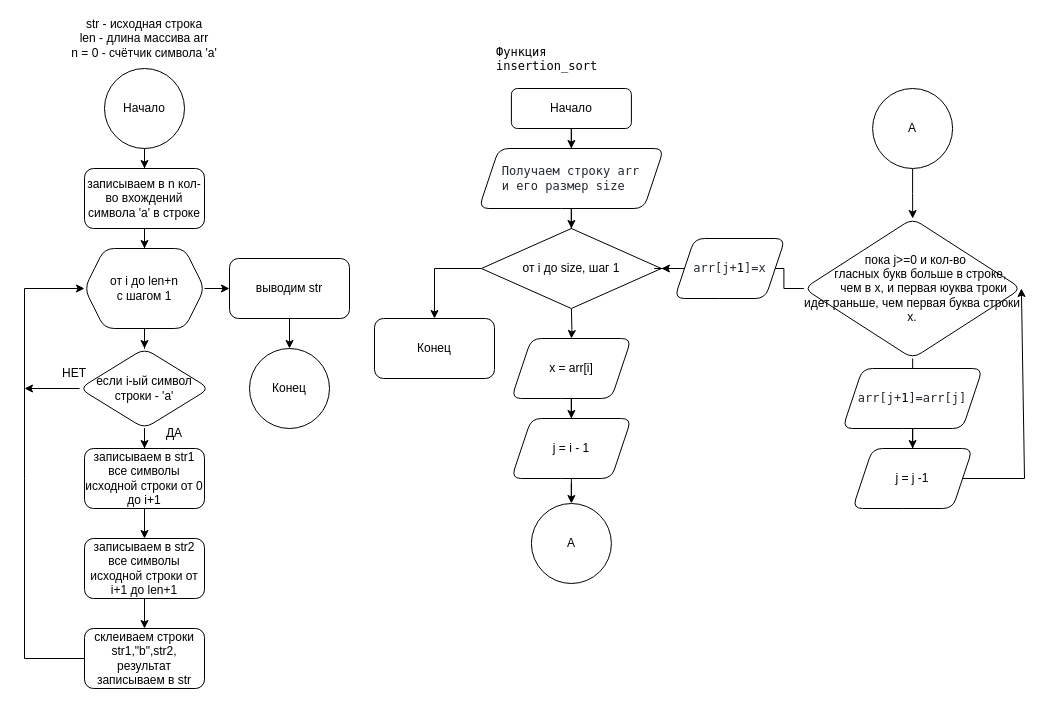
Before: basics_of_programming_and_algorithmization/lab_4/task_4.drawio in async-master/nsm-avtf, a draw.io diagram. Source tidied: cells renumbered, new cells numbered last; positions are measured from the earlier drawing's top-left corner, leaving out a move shared by most shapes. Both pictures are drawn from the tidied source at 100%, with x=0, y=0 at pixel (24, 18).
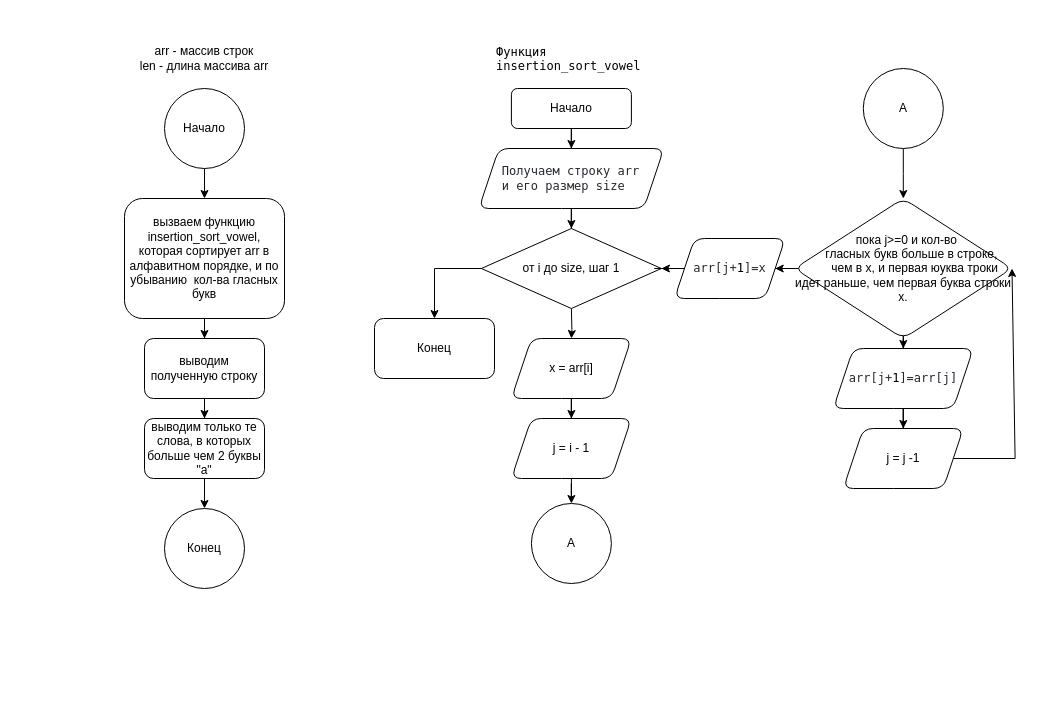
The same page after the edit.

Diff of the diagram source:
```diff
@@
-    <mxCell id="2" value="str - исходная строка&lt;br&gt;len - длина массива arr&lt;br&gt;n = 0 - счётчик символа 'a'" style="text;html=1;strokeColor=none;fillColor=none;align=center;verticalAlign=middle;whiteSpace=wrap;rounded=0;" parent="1" vertex="1">
-      <mxGeometry x="35" width="170" height="40" as="geometry" />
+    <mxCell id="2" value="arr - массив строк&lt;br&gt;len - длина массива arr" style="text;html=1;strokeColor=none;fillColor=none;align=center;verticalAlign=middle;whiteSpace=wrap;rounded=0;" parent="1" vertex="1">
+      <mxGeometry x="95" y="20" width="170" height="40" as="geometry" />
     </mxCell>
@@
     <mxCell id="4" value="Начало" style="ellipse;whiteSpace=wrap;html=1;" parent="1" vertex="1">
-      <mxGeometry x="80" y="50" width="80" height="80" as="geometry" />
+      <mxGeometry x="140" y="70" width="80" height="80" as="geometry" />
     </mxCell>
-    <mxCell id="5" style="edgeStyle=orthogonalEdgeStyle;rounded=0;jettySize=auto;html=1;" parent="1" edge="1" source="6" target="9">
-      <mxGeometry relative="1" as="geometry" />
-    </mxCell>
+    <mxCell id="49" style="edgeStyle=orthogonalEdgeStyle;rounded=0;jettySize=auto;html=1;" parent="1" edge="1" source="6" target="51">
+      <mxGeometry relative="1" as="geometry" />
+    </mxCell>
-    <mxCell id="6" value="записываем в n кол-во вхождений символа 'a' в строке" style="rounded=1;whiteSpace=wrap;html=1;" parent="1" vertex="1">
-      <mxGeometry x="60" y="150" width="120" height="60" as="geometry" />
+    <mxCell id="6" value="вызваем функцию insertion_sort_vowel, которая сортирует arr в алфавитном порядке,  &lt;font style=&quot;font-size: 12px;&quot;&gt;и по убыванию&amp;nbsp; кол-ва гласных букв&lt;br role=&quot;presentation&quot;&gt;&lt;/font&gt;" style="rounded=1;whiteSpace=wrap;html=1;" parent="1" vertex="1">
+      <mxGeometry x="100" y="180" width="160" height="120" as="geometry" />
     </mxCell>
-    <mxCell id="7" style="edgeStyle=orthogonalEdgeStyle;rounded=0;jettySize=auto;html=1;" parent="1" edge="1" source="9" target="11">
-      <mxGeometry relative="1" as="geometry" />
-    </mxCell>
-    <mxCell id="8" style="edgeStyle=orthogonalEdgeStyle;rounded=0;jettySize=auto;html=1;" parent="1" edge="1" source="9" target="20">
-      <mxGeometry relative="1" as="geometry" />
-    </mxCell>
-    <mxCell id="9" value="от i до len+n&lt;br&gt;с шагом 1" style="shape=hexagon;perimeter=hexagonPerimeter2;whiteSpace=wrap;html=1;fixedSize=1;rounded=1;" parent="1" vertex="1">
-      <mxGeometry x="60" y="230" width="120" height="80" as="geometry" />
-    </mxCell>
-    <mxCell id="10" style="edgeStyle=orthogonalEdgeStyle;rounded=0;jettySize=auto;html=1;" parent="1" edge="1" source="11" target="13">
-      <mxGeometry relative="1" as="geometry" />
-    </mxCell>
-    <mxCell id="11" value="если i-ый символ строки - 'a'" style="rhombus;whiteSpace=wrap;html=1;rounded=1;" parent="1" vertex="1">
-      <mxGeometry x="55" y="330" width="130" height="80" as="geometry" />
-    </mxCell>
-    <mxCell id="12" style="edgeStyle=orthogonalEdgeStyle;rounded=0;jettySize=auto;html=1;" parent="1" edge="1" source="13" target="15">
-      <mxGeometry relative="1" as="geometry" />
-    </mxCell>
-    <mxCell id="13" value="записываем в str1 все символы исходной строки от 0 до i+1" style="whiteSpace=wrap;html=1;rounded=1;" parent="1" vertex="1">
-      <mxGeometry x="60" y="430" width="120" height="60" as="geometry" />
-    </mxCell>
-    <mxCell id="14" style="edgeStyle=orthogonalEdgeStyle;rounded=0;jettySize=auto;html=1;" parent="1" edge="1" source="15" target="16">
-      <mxGeometry relative="1" as="geometry" />
-    </mxCell>
-    <mxCell id="15" value="записываем в str2 все символы исходной строки от i+1 до len+1" style="whiteSpace=wrap;html=1;rounded=1;" parent="1" vertex="1">
-      <mxGeometry x="60" y="520" width="120" height="60" as="geometry" />
-    </mxCell>
-    <mxCell id="16" value="склеиваем строки str1,&quot;b&quot;,str2, результат записываем в str" style="whiteSpace=wrap;html=1;rounded=1;" parent="1" vertex="1">
-      <mxGeometry x="60" y="610" width="120" height="60" as="geometry" />
-    </mxCell>
-    <mxCell id="17" style="endArrow=classic;html=1;rounded=0;exitX=0;exitY=0.5;exitDx=0;exitDy=0;" parent="1" edge="1" source="16">
-      <mxGeometry relative="1" as="geometry">
-        <mxPoint x="60" y="270" as="targetPoint" />
-        <Array as="points">
-          <mxPoint y="640" />
-          <mxPoint y="460" />
-          <mxPoint y="270" />
-        </Array>
-      </mxGeometry>
-    </mxCell>
-    <mxCell id="18" style="endArrow=classic;html=1;rounded=0;exitX=0;exitY=0.5;exitDx=0;exitDy=0;" parent="1" edge="1" source="11">
-      <mxGeometry relative="1" as="geometry">
-        <mxPoint y="370" as="targetPoint" />
-      </mxGeometry>
-    </mxCell>
-    <mxCell id="19" style="edgeStyle=orthogonalEdgeStyle;rounded=0;jettySize=auto;html=1;" parent="1" edge="1" source="20" target="21">
-      <mxGeometry relative="1" as="geometry" />
-    </mxCell>
-    <mxCell id="20" value="выводим str" style="whiteSpace=wrap;html=1;rounded=1;" parent="1" vertex="1">
-      <mxGeometry x="205" y="240" width="120" height="60" as="geometry" />
-    </mxCell>
-    <mxCell id="21" value="Конец" style="ellipse;whiteSpace=wrap;html=1;rounded=1;" parent="1" vertex="1">
-      <mxGeometry x="225" y="330" width="80" height="80" as="geometry" />
-    </mxCell>
-    <mxCell id="22" value="ДА" style="text;html=1;strokeColor=none;fillColor=none;align=center;verticalAlign=middle;whiteSpace=wrap;rounded=0;" parent="1" vertex="1">
-      <mxGeometry x="120" y="400" width="60" height="30" as="geometry" />
-    </mxCell>
-    <mxCell id="23" value="НЕТ" style="text;html=1;strokeColor=none;fillColor=none;align=center;verticalAlign=middle;whiteSpace=wrap;rounded=0;" parent="1" vertex="1">
-      <mxGeometry x="20" y="340" width="60" height="30" as="geometry" />
-    </mxCell>
-    <mxCell id="24" value="&lt;span style=&quot;font-family: ui-monospace, SFMono-Regular, &amp;quot;SF Mono&amp;quot;, Menlo, Consolas, &amp;quot;Liberation Mono&amp;quot;, monospace; font-size: 12px; font-style: normal; font-variant-ligatures: normal; font-variant-caps: normal; font-weight: 400; letter-spacing: normal; orphans: 2; text-align: start; text-indent: 0px; text-transform: none; widows: 2; word-spacing: 0px; -webkit-text-stroke-width: 0px; background-color: rgb(255, 255, 255); text-decoration-thickness: initial; text-decoration-style: initial; text-decoration-color: initial; float: none; display: inline !important;&quot;&gt;Функция insertion_sort&lt;/span&gt;" style="text;whiteSpace=wrap;html=1;" parent="1" vertex="1">
+    <mxCell id="24" value="&lt;span style=&quot;font-family: ui-monospace, SFMono-Regular, &amp;quot;SF Mono&amp;quot;, Menlo, Consolas, &amp;quot;Liberation Mono&amp;quot;, monospace; font-size: 12px; font-style: normal; font-variant-ligatures: normal; font-variant-caps: normal; font-weight: 400; letter-spacing: normal; orphans: 2; text-align: start; text-indent: 0px; text-transform: none; widows: 2; word-spacing: 0px; -webkit-text-stroke-width: 0px; background-color: rgb(255, 255, 255); text-decoration-thickness: initial; text-decoration-style: initial; text-decoration-color: initial; float: none; display: inline !important;&quot;&gt;Функция insertion_sort_vowel&lt;/span&gt;" style="text;whiteSpace=wrap;html=1;" parent="1" vertex="1">
       <mxGeometry x="470" y="20" width="160" height="40" as="geometry" />
     </mxCell>
@@
     <mxCell id="41" value="&lt;div&gt;&amp;nbsp; пока j&amp;gt;=0 и кол-во &lt;br&gt;&lt;/div&gt;&lt;div&gt;&amp;nbsp;&amp;nbsp;&amp;nbsp;&amp;nbsp; гласных букв больше в строке, &lt;br&gt;&lt;/div&gt;&lt;div&gt;&amp;nbsp;&amp;nbsp;&amp;nbsp;&amp;nbsp;&amp;nbsp;&amp;nbsp; чем в x, и первая юуква троки идет раньше, чем первая буква строки х. &lt;/div&gt;" style="rhombus;whiteSpace=wrap;html=1;rounded=1;" parent="1" vertex="1">
-      <mxGeometry x="779.4" y="200" width="217.5" height="140" as="geometry" />
+      <mxGeometry x="770" y="180" width="217.5" height="140" as="geometry" />
     </mxCell>
@@
     <mxCell id="43" value="&lt;span style=&quot;color: rgb(36, 41, 47); font-family: ui-monospace, SFMono-Regular, &amp;quot;SF Mono&amp;quot;, Menlo, Consolas, &amp;quot;Liberation Mono&amp;quot;, monospace; font-size: 12px; font-style: normal; font-variant-ligatures: normal; font-variant-caps: normal; font-weight: 400; letter-spacing: normal; orphans: 2; text-align: start; text-indent: 0px; text-transform: none; widows: 2; word-spacing: 0px; -webkit-text-stroke-width: 0px; background-color: rgb(255, 255, 255); text-decoration-thickness: initial; text-decoration-style: initial; text-decoration-color: initial; float: none; display: inline !important;&quot;&gt;arr[j+&lt;/span&gt;&lt;span style=&quot;box-sizing: border-box; color: var(--color-prettylights-syntax-constant); font-family: ui-monospace, SFMono-Regular, &amp;quot;SF Mono&amp;quot;, Menlo, Consolas, &amp;quot;Liberation Mono&amp;quot;, monospace; font-size: 12px; font-style: normal; font-variant-ligatures: normal; font-variant-caps: normal; font-weight: 400; letter-spacing: normal; orphans: 2; text-align: start; text-indent: 0px; text-transform: none; widows: 2; word-spacing: 0px; -webkit-text-stroke-width: 0px; background-color: rgb(255, 255, 255); text-decoration-thickness: initial; text-decoration-style: initial; text-decoration-color: initial;&quot; class=&quot;pl-c1&quot;&gt;1&lt;/span&gt;&lt;span style=&quot;color: rgb(36, 41, 47); font-family: ui-monospace, SFMono-Regular, &amp;quot;SF Mono&amp;quot;, Menlo, Consolas, &amp;quot;Liberation Mono&amp;quot;, monospace; font-size: 12px; font-style: normal; font-variant-ligatures: normal; font-variant-caps: normal; font-weight: 400; letter-spacing: normal; orphans: 2; text-align: start; text-indent: 0px; text-transform: none; widows: 2; word-spacing: 0px; -webkit-text-stroke-width: 0px; background-color: rgb(255, 255, 255); text-decoration-thickness: initial; text-decoration-style: initial; text-decoration-color: initial; float: none; display: inline !important;&quot;&gt;]=arr[j]&lt;/span&gt;" style="shape=parallelogram;perimeter=parallelogramPerimeter;whiteSpace=wrap;html=1;fixedSize=1;rounded=1;" parent="1" vertex="1">
-      <mxGeometry x="818.1" y="350" width="140" height="60" as="geometry" />
+      <mxGeometry x="808.8" y="330" width="140" height="60" as="geometry" />
     </mxCell>
     <mxCell id="44" value="j = j -1" style="shape=parallelogram;perimeter=parallelogramPerimeter;whiteSpace=wrap;html=1;fixedSize=1;rounded=1;" parent="1" vertex="1">
-      <mxGeometry x="828.1" y="430" width="120" height="60" as="geometry" />
+      <mxGeometry x="818.8" y="410" width="120" height="60" as="geometry" />
     </mxCell>
@@
     <mxCell id="47" value="А" style="ellipse;whiteSpace=wrap;html=1;rounded=1;" parent="1" vertex="1">
-      <mxGeometry x="848.1" y="70" width="80" height="80" as="geometry" />
+      <mxGeometry x="838.8" y="50" width="80" height="80" as="geometry" />
     </mxCell>
     <mxCell id="48" style="endArrow=classic;html=1;rounded=0;exitX=1;exitY=0.5;exitDx=0;exitDy=0;entryX=1;entryY=0.5;entryDx=0;entryDy=0;" parent="1" edge="1" source="44" target="41">
       <mxGeometry relative="1" as="geometry">
         <Array as="points">
-          <mxPoint x="1000" y="460" />
+          <mxPoint x="990.6" y="440" />
         </Array>
       </mxGeometry>
     </mxCell>
+    <mxCell id="50" style="edgeStyle=orthogonalEdgeStyle;rounded=0;jettySize=auto;html=1;" parent="1" edge="1" source="51" target="53">
+      <mxGeometry relative="1" as="geometry" />
+    </mxCell>
+    <mxCell id="51" value="выводим полученную строку" style="whiteSpace=wrap;html=1;rounded=1;" parent="1" vertex="1">
+      <mxGeometry x="120" y="320" width="120" height="60" as="geometry" />
+    </mxCell>
+    <mxCell id="52" style="edgeStyle=orthogonalEdgeStyle;rounded=0;jettySize=auto;html=1;" parent="1" edge="1" source="53" target="21">
+      <mxGeometry relative="1" as="geometry" />
+    </mxCell>
+    <mxCell id="53" value="выводим только те слова, в которых больше чем 2 буквы &quot;а&quot;" style="whiteSpace=wrap;html=1;rounded=1;" parent="1" vertex="1">
+      <mxGeometry x="120" y="400" width="120" height="60" as="geometry" />
+    </mxCell>
+    <mxCell id="21" value="Конец" style="ellipse;whiteSpace=wrap;html=1;rounded=1;" parent="1" vertex="1">
+      <mxGeometry x="140" y="490" width="80" height="80" as="geometry" />
+    </mxCell>
```
